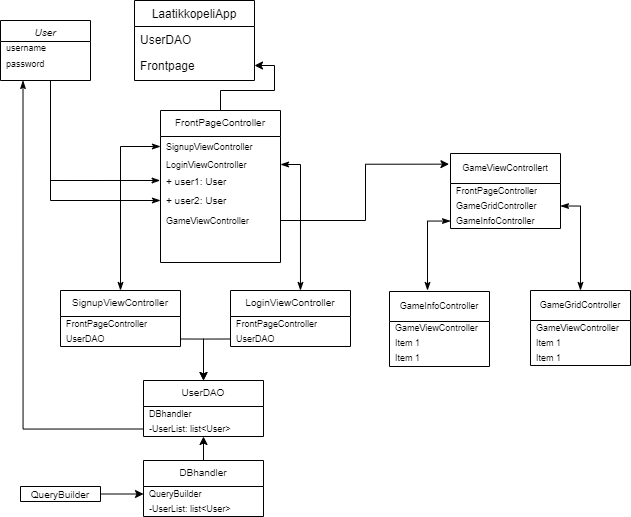
The draw.io diagram Laatikkopeli/dokumentaatio/img/ProgramStructure.png in Vilppula/ot-harjoitustyo, before a commit. Source tidied: cells renumbered, new cells last; positions are measured from the earlier drawing's top-left corner, leaving out a move shared by most shapes.
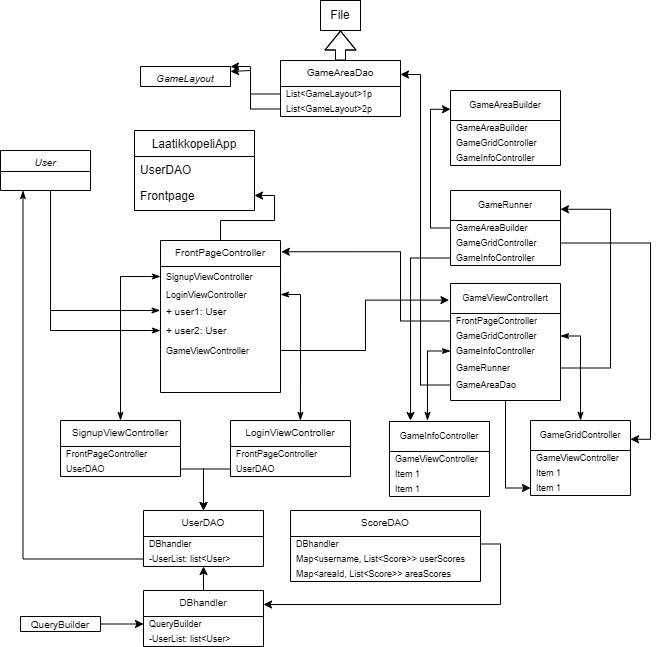
After the commit.

Diff of the diagram source:
```diff
@@ -3,14 +3,8 @@
     <mxCell id="0" />
     <mxCell id="1" parent="0" />
     <mxCell id="2" value="User&#10;" style="swimlane;fontStyle=2;align=center;verticalAlign=top;horizontal=1;startSize=21;rounded=0;shadow=0;strokeWidth=1;fontSize=10;" parent="1" vertex="1">
-      <mxGeometry y="20" width="90" height="60" as="geometry" />
+      <mxGeometry y="20" width="90" height="40" as="geometry" />
     </mxCell>
-    <mxCell id="3" value="username&#10;" style="text;align=left;verticalAlign=middle;spacingLeft=4;spacingRight=4;overflow=hidden;fontSize=9;" parent="2" vertex="1">
-      <mxGeometry y="21" width="90" height="15" as="geometry" />
-    </mxCell>
-    <mxCell id="4" value="password" style="text;align=left;verticalAlign=middle;spacingLeft=4;spacingRight=4;overflow=hidden;fontSize=9;" parent="2" vertex="1">
-      <mxGeometry y="36" width="90" height="15" as="geometry" />
-    </mxCell>
     <mxCell id="5" value="LaatikkopeliApp&#10;" style="swimlane;fontStyle=0;align=center;verticalAlign=top;horizontal=1;startSize=26;rounded=0;shadow=0;strokeWidth=1;" parent="1" vertex="1">
       <mxGeometry x="134" width="120" height="80" as="geometry" />
     </mxCell>
@@ -48,7 +42,7 @@
       <mxGeometry relative="1" as="geometry">
         <Array as="points">
           <mxPoint x="-110" y="70" />
-          <mxPoint x="-110" y="-30" />
+          <mxPoint x="-110" y="-50" />
           <mxPoint x="-110" y="90" />
         </Array>
       </mxGeometry>
@@ -76,18 +70,12 @@
     <mxCell id="23" value="GameViewController" style="text;align=left;verticalAlign=middle;spacingLeft=4;spacingRight=4;overflow=hidden;points=[[0,0.5],[1,0.5]];portConstraint=eastwest;fontSize=9;" parent="1" vertex="1">
       <mxGeometry x="160" y="212" width="120" height="16" as="geometry" />
     </mxCell>
+    <mxCell id="51" style="edgeStyle=orthogonalEdgeStyle;rounded=0;jettySize=auto;html=1;" parent="1" edge="1" source="24" target="48">
+      <mxGeometry relative="1" as="geometry" />
+    </mxCell>
     <mxCell id="24" value="GameViewControllert" style="swimlane;fontStyle=0;horizontal=1;startSize=30;whiteSpace=wrap;html=1;fontSize=9;" parent="1" vertex="1">
-      <mxGeometry x="450" y="153" width="110" height="75" as="geometry" />
+      <mxGeometry x="450" y="153" width="110" height="117" as="geometry" />
     </mxCell>
-    <mxCell id="25" value="FrontPageController" style="text;strokeColor=none;fillColor=none;align=left;verticalAlign=middle;spacingLeft=4;spacingRight=4;overflow=hidden;points=[[0,0.5],[1,0.5]];portConstraint=eastwest;whiteSpace=wrap;html=1;fontSize=9;" parent="24" vertex="1">
-      <mxGeometry y="30" width="110" height="15" as="geometry" />
-    </mxCell>
-    <mxCell id="26" value="GameGridController" style="text;strokeColor=none;fillColor=none;align=left;verticalAlign=middle;spacingLeft=4;spacingRight=4;overflow=hidden;points=[[0,0.5],[1,0.5]];portConstraint=eastwest;whiteSpace=wrap;html=1;fontSize=9;" parent="24" vertex="1">
-      <mxGeometry y="45" width="110" height="15" as="geometry" />
-    </mxCell>
-    <mxCell id="27" value="GameInfoController" style="text;strokeColor=none;fillColor=none;align=left;verticalAlign=middle;spacingLeft=4;spacingRight=4;overflow=hidden;points=[[0,0.5],[1,0.5]];portConstraint=eastwest;whiteSpace=wrap;html=1;fontSize=9;" parent="24" vertex="1">
-      <mxGeometry y="60" width="110" height="15" as="geometry" />
-    </mxCell>
     <mxCell id="28" value="LoginViewController" style="swimlane;fontStyle=0;align=center;verticalAlign=top;horizontal=1;startSize=26;rounded=0;shadow=0;strokeWidth=1;fontSize=10;" parent="1" vertex="1">
       <mxGeometry x="230" y="290" width="120" height="56" as="geometry" />
     </mxCell>
@@ -157,5 +145,136 @@
     <mxCell id="50" style="edgeStyle=orthogonalEdgeStyle;rounded=0;jettySize=auto;html=1;exitX=1;exitY=0.5;exitDx=0;exitDy=0;fontSize=12;startArrow=classicThin;startFill=1;endArrow=classicThin;endFill=1;" parent="1" edge="1" source="26" target="45">
       <mxGeometry relative="1" as="geometry" />
     </mxCell>
+    <mxCell id="52" value="GameRunner" style="swimlane;fontStyle=0;horizontal=1;startSize=30;whiteSpace=wrap;html=1;fontSize=9;" parent="1" vertex="1">
+      <mxGeometry x="450" y="60" width="110" height="75" as="geometry" />
+    </mxCell>
+    <mxCell id="53" value="GameAreaBuilder" style="text;strokeColor=none;fillColor=none;align=left;verticalAlign=middle;spacingLeft=4;spacingRight=4;overflow=hidden;points=[[0,0.5],[1,0.5]];portConstraint=eastwest;whiteSpace=wrap;html=1;fontSize=9;" parent="52" vertex="1">
+      <mxGeometry y="30" width="110" height="15" as="geometry" />
+    </mxCell>
+    <mxCell id="54" value="GameGridController" style="text;strokeColor=none;fillColor=none;align=left;verticalAlign=middle;spacingLeft=4;spacingRight=4;overflow=hidden;points=[[0,0.5],[1,0.5]];portConstraint=eastwest;whiteSpace=wrap;html=1;fontSize=9;" parent="52" vertex="1">
+      <mxGeometry y="45" width="110" height="15" as="geometry" />
+    </mxCell>
+    <mxCell id="55" value="GameInfoController" style="text;strokeColor=none;fillColor=none;align=left;verticalAlign=middle;spacingLeft=4;spacingRight=4;overflow=hidden;points=[[0,0.5],[1,0.5]];portConstraint=eastwest;whiteSpace=wrap;html=1;fontSize=9;" parent="52" vertex="1">
+      <mxGeometry y="60" width="110" height="15" as="geometry" />
+    </mxCell>
+    <mxCell id="56" value="GameLayout&#10;" style="swimlane;fontStyle=2;align=center;verticalAlign=top;horizontal=1;startSize=21;rounded=0;shadow=0;strokeWidth=1;fontSize=10;" parent="1" vertex="1">
+      <mxGeometry x="140" y="-64" width="90" height="20" as="geometry" />
+    </mxCell>
+    <mxCell id="57" style="edgeStyle=orthogonalEdgeStyle;rounded=0;jettySize=auto;html=1;entryX=1.007;entryY=0.074;entryDx=0;entryDy=0;entryPerimeter=0;" parent="1" edge="1" source="25" target="11">
+      <mxGeometry relative="1" as="geometry">
+        <Array as="points">
+          <mxPoint x="400" y="191" />
+          <mxPoint x="400" y="121" />
+        </Array>
+      </mxGeometry>
+    </mxCell>
+    <mxCell id="25" value="FrontPageController" style="text;strokeColor=none;fillColor=none;align=left;verticalAlign=middle;spacingLeft=4;spacingRight=4;overflow=hidden;points=[[0,0.5],[1,0.5]];portConstraint=eastwest;whiteSpace=wrap;html=1;fontSize=9;" parent="1" vertex="1">
+      <mxGeometry x="450" y="183" width="110" height="15" as="geometry" />
+    </mxCell>
+    <mxCell id="26" value="GameGridController" style="text;strokeColor=none;fillColor=none;align=left;verticalAlign=middle;spacingLeft=4;spacingRight=4;overflow=hidden;points=[[0,0.5],[1,0.5]];portConstraint=eastwest;whiteSpace=wrap;html=1;fontSize=9;" parent="1" vertex="1">
+      <mxGeometry x="450" y="198" width="110" height="15" as="geometry" />
+    </mxCell>
+    <mxCell id="27" value="GameInfoController" style="text;strokeColor=none;fillColor=none;align=left;verticalAlign=middle;spacingLeft=4;spacingRight=4;overflow=hidden;points=[[0,0.5],[1,0.5]];portConstraint=eastwest;whiteSpace=wrap;html=1;fontSize=9;" parent="1" vertex="1">
+      <mxGeometry x="450" y="213" width="110" height="15" as="geometry" />
+    </mxCell>
+    <mxCell id="58" style="edgeStyle=orthogonalEdgeStyle;rounded=0;jettySize=auto;html=1;entryX=1;entryY=0.25;entryDx=0;entryDy=0;" parent="1" edge="1" source="59" target="52">
+      <mxGeometry relative="1" as="geometry">
+        <Array as="points">
+          <mxPoint x="610" y="237.5" />
+          <mxPoint x="610" y="79" />
+        </Array>
+      </mxGeometry>
+    </mxCell>
+    <mxCell id="59" value="GameRunner" style="text;strokeColor=none;fillColor=none;align=left;verticalAlign=middle;spacingLeft=4;spacingRight=4;overflow=hidden;points=[[0,0.5],[1,0.5]];portConstraint=eastwest;whiteSpace=wrap;html=1;fontSize=9;" parent="1" vertex="1">
+      <mxGeometry x="450" y="230" width="110" height="15" as="geometry" />
+    </mxCell>
+    <mxCell id="60" value="GameAreaBuilder" style="swimlane;fontStyle=0;horizontal=1;startSize=30;whiteSpace=wrap;html=1;fontSize=9;" parent="1" vertex="1">
+      <mxGeometry x="450" y="-40" width="110" height="75" as="geometry" />
+    </mxCell>
+    <mxCell id="61" value="GameAreaBuilder" style="text;strokeColor=none;fillColor=none;align=left;verticalAlign=middle;spacingLeft=4;spacingRight=4;overflow=hidden;whiteSpace=wrap;html=1;fontSize=9;" parent="60" vertex="1">
+      <mxGeometry y="30" width="110" height="15" as="geometry" />
+    </mxCell>
+    <mxCell id="62" value="GameGridController" style="text;strokeColor=none;fillColor=none;align=left;verticalAlign=middle;spacingLeft=4;spacingRight=4;overflow=hidden;whiteSpace=wrap;html=1;fontSize=9;" parent="60" vertex="1">
+      <mxGeometry y="45" width="110" height="15" as="geometry" />
+    </mxCell>
+    <mxCell id="63" value="GameInfoController" style="text;strokeColor=none;fillColor=none;align=left;verticalAlign=middle;spacingLeft=4;spacingRight=4;overflow=hidden;whiteSpace=wrap;html=1;fontSize=9;" parent="60" vertex="1">
+      <mxGeometry y="60" width="110" height="15" as="geometry" />
+    </mxCell>
+    <mxCell id="64" style="edgeStyle=orthogonalEdgeStyle;rounded=0;jettySize=auto;html=1;entryX=1;entryY=0.25;entryDx=0;entryDy=0;" parent="1" edge="1" source="54" target="45">
+      <mxGeometry relative="1" as="geometry" />
+    </mxCell>
+    <mxCell id="65" style="edgeStyle=orthogonalEdgeStyle;rounded=0;jettySize=auto;html=1;" parent="1" edge="1" source="55">
+      <mxGeometry relative="1" as="geometry">
+        <mxPoint x="410" y="290" as="targetPoint" />
+      </mxGeometry>
+    </mxCell>
+    <mxCell id="66" style="edgeStyle=orthogonalEdgeStyle;rounded=0;jettySize=auto;html=1;entryX=0;entryY=0.25;entryDx=0;entryDy=0;" parent="1" edge="1" source="53" target="60">
+      <mxGeometry relative="1" as="geometry" />
+    </mxCell>
+    <mxCell id="67" style="edgeStyle=orthogonalEdgeStyle;rounded=0;jettySize=auto;html=1;entryX=0.5;entryY=1;entryDx=0;entryDy=0;shape=flexArrow;" parent="1" edge="1" source="68" target="81">
+      <mxGeometry relative="1" as="geometry" />
+    </mxCell>
+    <mxCell id="68" value="GameAreaDao" style="swimlane;fontStyle=0;align=center;verticalAlign=top;horizontal=1;startSize=26;rounded=0;shadow=0;strokeWidth=1;fontSize=10;" parent="1" vertex="1">
+      <mxGeometry x="280" y="-70" width="120" height="56" as="geometry" />
+    </mxCell>
+    <mxCell id="69" value="List&lt;GameLayout&gt;1p" style="text;align=left;verticalAlign=middle;spacingLeft=4;spacingRight=4;overflow=hidden;points=[[0,0.5],[1,0.5]];portConstraint=eastwest;rounded=0;shadow=0;html=0;fontSize=9;" parent="68" vertex="1">
+      <mxGeometry y="26" width="120" height="15" as="geometry" />
+    </mxCell>
+    <mxCell id="70" value="List&lt;GameLayout&gt;2p" style="text;align=left;verticalAlign=middle;spacingLeft=4;spacingRight=4;overflow=hidden;points=[[0,0.5],[1,0.5]];portConstraint=eastwest;rounded=0;shadow=0;html=0;fontSize=9;" parent="68" vertex="1">
+      <mxGeometry y="41" width="120" height="15" as="geometry" />
+    </mxCell>
+    <mxCell id="71" style="edgeStyle=orthogonalEdgeStyle;rounded=0;jettySize=auto;html=1;entryX=1;entryY=0;entryDx=0;entryDy=0;" parent="1" edge="1" source="69" target="56">
+      <mxGeometry relative="1" as="geometry">
+        <Array as="points">
+          <mxPoint x="250" y="-36" />
+          <mxPoint x="250" y="-64" />
+        </Array>
+      </mxGeometry>
+    </mxCell>
+    <mxCell id="72" style="edgeStyle=orthogonalEdgeStyle;rounded=0;jettySize=auto;html=1;entryX=1;entryY=0.25;entryDx=0;entryDy=0;" parent="1" edge="1" source="70" target="56">
+      <mxGeometry relative="1" as="geometry">
+        <Array as="points">
+          <mxPoint x="250" y="-21" />
+          <mxPoint x="250" y="-60" />
+        </Array>
+      </mxGeometry>
+    </mxCell>
+    <mxCell id="73" style="edgeStyle=orthogonalEdgeStyle;rounded=0;jettySize=auto;html=1;entryX=1;entryY=0.25;entryDx=0;entryDy=0;" parent="1" edge="1" source="74" target="68">
+      <mxGeometry relative="1" as="geometry">
+        <Array as="points">
+          <mxPoint x="420" y="255" />
+          <mxPoint x="420" y="-56" />
+        </Array>
+      </mxGeometry>
+    </mxCell>
+    <mxCell id="74" value="GameAreaDao" style="text;strokeColor=none;fillColor=none;align=left;verticalAlign=middle;spacingLeft=4;spacingRight=4;overflow=hidden;points=[[0,0.5],[1,0.5]];portConstraint=eastwest;whiteSpace=wrap;html=1;fontSize=9;" parent="1" vertex="1">
+      <mxGeometry x="450" y="247" width="110" height="15" as="geometry" />
+    </mxCell>
+    <mxCell id="75" value="ScoreDAO&#10;" style="swimlane;fontStyle=0;align=center;verticalAlign=top;horizontal=1;startSize=26;rounded=0;shadow=0;strokeWidth=1;fontSize=10;" parent="1" vertex="1">
+      <mxGeometry x="290" y="380" width="190" height="71" as="geometry" />
+    </mxCell>
+    <mxCell id="76" value="DBhandler" style="text;align=left;verticalAlign=middle;spacingLeft=4;spacingRight=4;overflow=hidden;points=[[0,0.5],[1,0.5]];portConstraint=eastwest;rounded=0;shadow=0;html=0;fontSize=9;" parent="75" vertex="1">
+      <mxGeometry y="26" width="190" height="15" as="geometry" />
+    </mxCell>
+    <mxCell id="77" value="Map&lt;username, List&lt;Score&gt;&gt; userScores" style="text;align=left;verticalAlign=middle;spacingLeft=4;spacingRight=4;overflow=hidden;rounded=0;shadow=0;html=0;fontSize=9;" parent="75" vertex="1">
+      <mxGeometry y="41" width="190" height="15" as="geometry" />
+    </mxCell>
+    <mxCell id="78" value="Map&lt;areaId, List&lt;Score&gt;&gt; areaScores" style="text;align=left;verticalAlign=middle;spacingLeft=4;spacingRight=4;overflow=hidden;rounded=0;shadow=0;html=0;fontSize=9;" parent="75" vertex="1">
+      <mxGeometry y="56" width="190" height="15" as="geometry" />
+    </mxCell>
+    <mxCell id="79" style="edgeStyle=orthogonalEdgeStyle;rounded=0;jettySize=auto;html=1;entryX=1;entryY=0.25;entryDx=0;entryDy=0;" parent="1" edge="1" source="76" target="37">
+      <mxGeometry relative="1" as="geometry">
+        <Array as="points">
+          <mxPoint x="500" y="414" />
+          <mxPoint x="500" y="474" />
+        </Array>
+      </mxGeometry>
+    </mxCell>
+    <mxCell id="80" style="rounded=0;whiteSpace=wrap;html=1;" parent="1" vertex="1">
+      <mxGeometry x="320" y="-130" width="40" height="30" as="geometry" />
+    </mxCell>
+    <mxCell id="81" value="File" style="text;html=1;strokeColor=none;fillColor=none;align=center;verticalAlign=middle;whiteSpace=wrap;rounded=0;" parent="1" vertex="1">
+      <mxGeometry x="310" y="-130" width="60" height="30" as="geometry" />
+    </mxCell>
   </root>
 </mxGraphModel>
```
